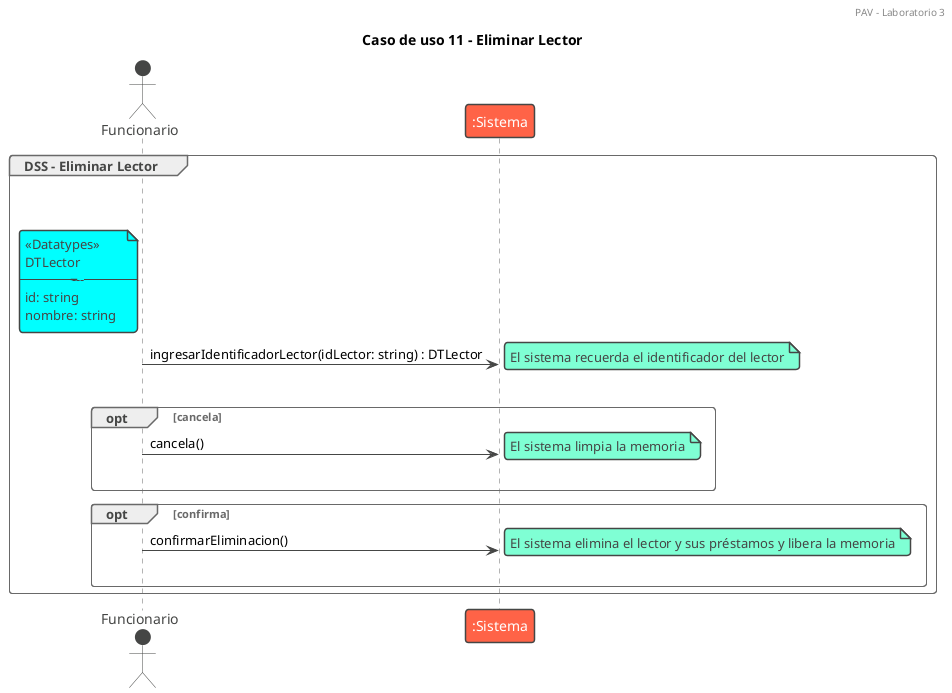
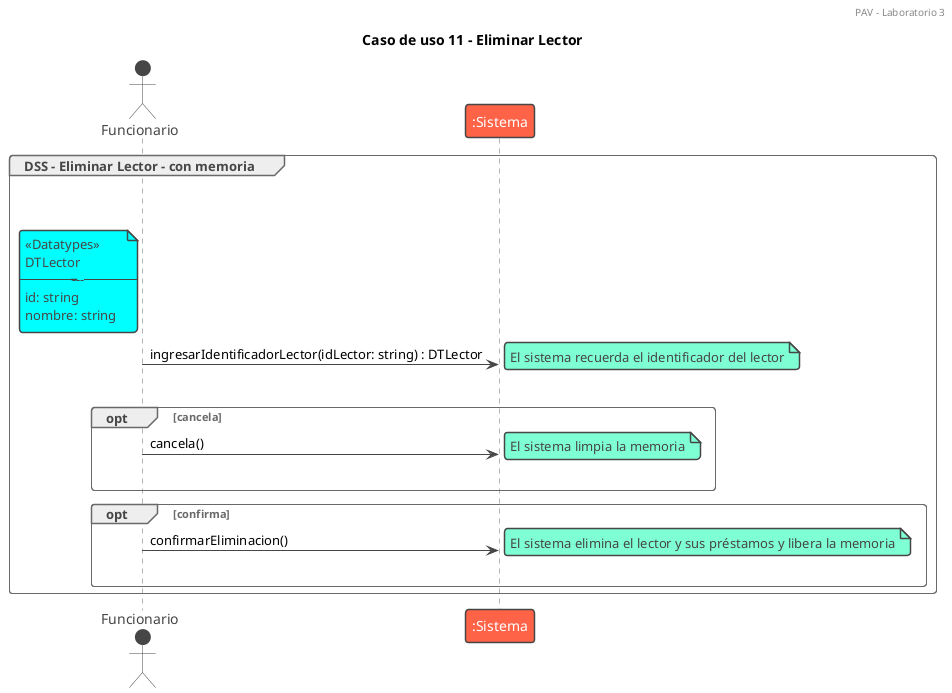
@startuml eliminarLector
/' El caso de uso comienza cuando un funcionario, que previamente ha iniciado
sesión, desea eliminar un lector del sistema. Para ello, el sistema solicita el
identificador del lector y luego muestra su nombre. A continuación, el sistema
solicita confirmación de la operación. Si el funcionario confirma, el sistema
elimina al lector junto con sus préstamos asociados.'/

!theme vibrant
header PAV - Laboratorio 3

title Caso de uso 11 - Eliminar Lector

- group DSS - Eliminar Lector
+ group DSS - Eliminar Lector - con memoria
|||
actor Funcionario
|||
note left of Funcionario #aqua
<<Datatypes>>
DTLector
-----------
id: string
nombre: string
end note

Funcionario -> ":Sistema" : ingresarIdentificadorLector(idLector: string) : DTLector
note right: El sistema recuerda el identificador del lector
|||
opt  cancela

    Funcionario -> ":Sistema" : cancela()
    note right: El sistema limpia la memoria
    |||
end
opt confirma
    Funcionario -> ":Sistema" : confirmarEliminacion()
    note right: El sistema elimina el lector y sus préstamos y libera la memoria
    |||
end



end
@enduml